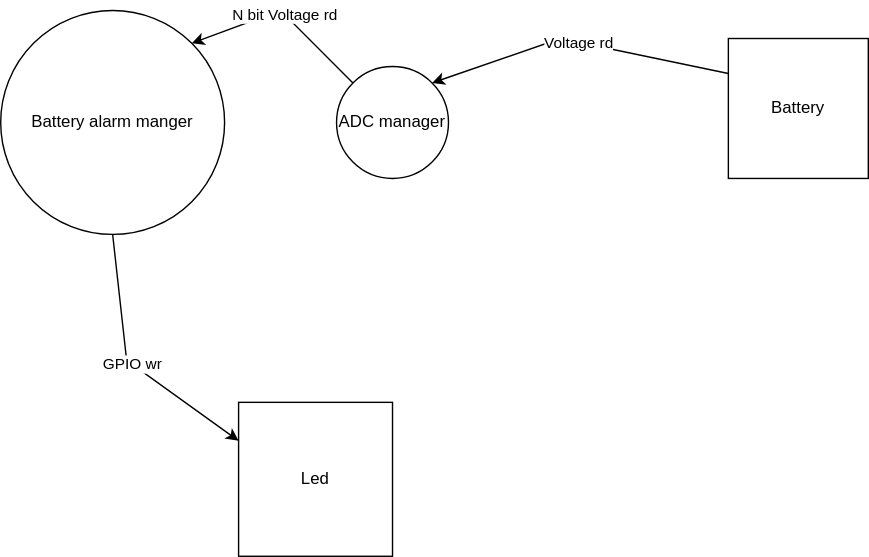
The draw.io diagram diagrams/level2_battery_alarm.svg in Tonyb94/PPG-Signal-Processing, before a commit. Source tidied: cells renumbered, new cells last; positions are measured from the earlier drawing's top-left corner, leaving out a move shared by most shapes.
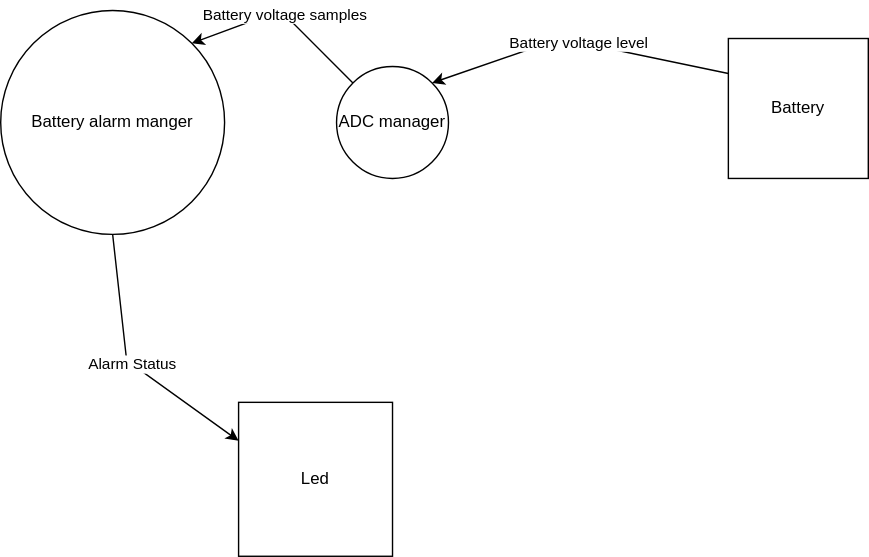
After the change.

The edit, as a diff of the source:
```diff
@@ -18,7 +18,7 @@
         </Array>
       </mxGeometry>
     </mxCell>
-    <mxCell id="6" value="Voltage rd" style="edgeLabel;html=1;align=center;verticalAlign=middle;" parent="5" vertex="1">
+    <mxCell id="6" value="Battery voltage level" style="edgeLabel;html=1;align=center;verticalAlign=middle;" parent="5" vertex="1">
       <mxGeometry relative="1" as="geometry" />
     </mxCell>
     <mxCell id="7" style="endArrow=classic;html=1;rounded=0;exitX=0;exitY=0;exitDx=0;exitDy=0;entryX=1;entryY=0;entryDx=0;entryDy=0;" parent="1" edge="1" source="4" target="2">
@@ -28,7 +28,7 @@
         </Array>
       </mxGeometry>
     </mxCell>
-    <mxCell id="8" value="N bit Voltage rd" style="edgeLabel;html=1;align=center;verticalAlign=middle;" parent="7" vertex="1">
+    <mxCell id="8" value="Battery voltage samples" style="edgeLabel;html=1;align=center;verticalAlign=middle;" parent="7" vertex="1">
       <mxGeometry relative="1" as="geometry" />
     </mxCell>
     <mxCell id="9" value="Led" style="whiteSpace=wrap;html=1;" parent="1" vertex="1">
@@ -41,7 +41,7 @@
         </Array>
       </mxGeometry>
     </mxCell>
-    <mxCell id="11" value="GPIO wr" style="edgeLabel;html=1;align=center;verticalAlign=middle;" parent="10" vertex="1">
+    <mxCell id="11" value="Alarm Status" style="edgeLabel;html=1;align=center;verticalAlign=middle;" parent="10" vertex="1">
       <mxGeometry relative="1" as="geometry" />
     </mxCell>
   </root>
```
